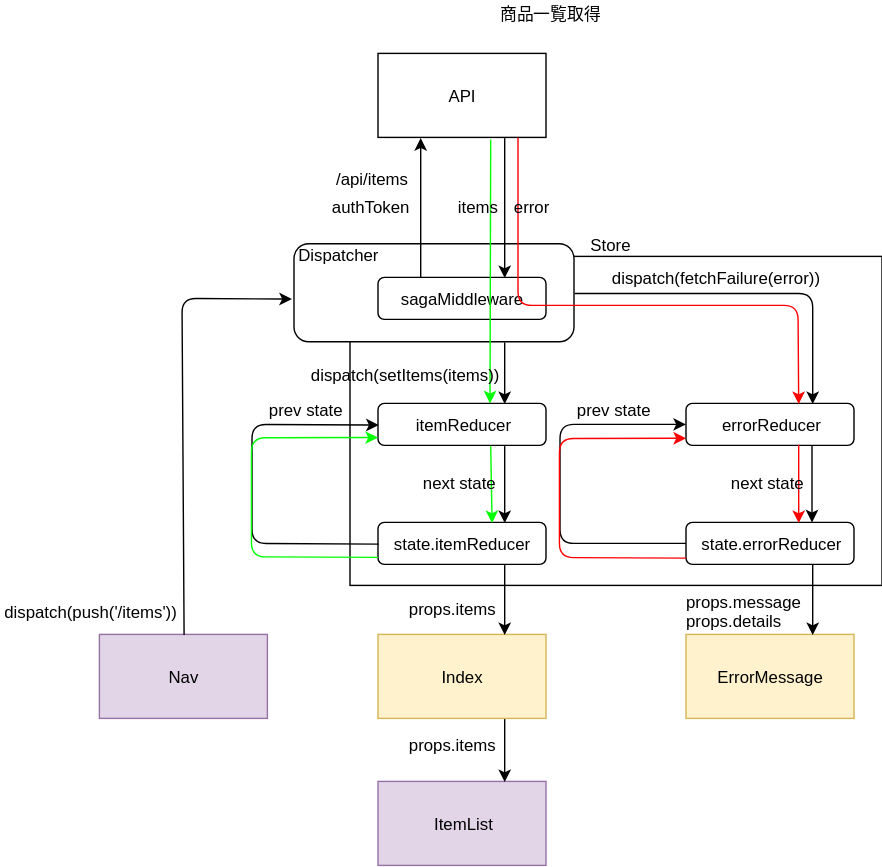
emgniddikur/react-app keeps this draw.io diagram as diagram/dataFlow/index.svg. Above is the earlier version. Source tidied: cells renumbered, new cells last; positions are measured from the earlier drawing's top-left corner, leaving out a move shared by most shapes.
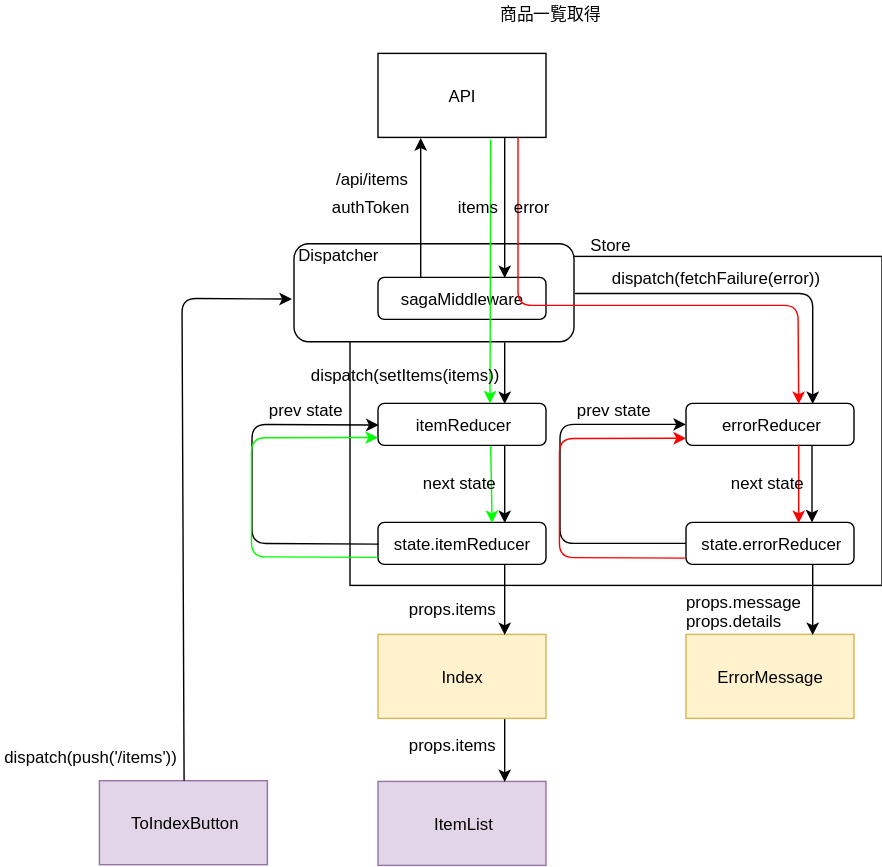
Later version of the same file.

The edit, as a diff of the source:
```diff
@@ -92,8 +92,8 @@
     <mxCell id="24" value="ItemList" style="rounded=0;whiteSpace=wrap;html=1;fillColor=#e1d5e7;strokeColor=#9673a6;" parent="1" vertex="1">
       <mxGeometry x="269.5" y="557.5" width="120" height="60" as="geometry" />
     </mxCell>
-    <mxCell id="25" value="Nav" style="rounded=0;whiteSpace=wrap;html=1;fillColor=#e1d5e7;strokeColor=#9673a6;" parent="1" vertex="1">
-      <mxGeometry x="70.5" y="452.5" width="120" height="60" as="geometry" />
+    <mxCell id="25" value="ToIndexButton" style="rounded=0;whiteSpace=wrap;html=1;fillColor=#e1d5e7;strokeColor=#9673a6;" parent="1" vertex="1">
+      <mxGeometry x="70.5" y="557" width="120" height="60" as="geometry" />
     </mxCell>
     <mxCell id="26" value="ErrorMessage" style="rounded=0;whiteSpace=wrap;html=1;fillColor=#fff2cc;strokeColor=#d6b656;" parent="1" vertex="1">
       <mxGeometry x="489.5" y="452.5" width="120" height="60" as="geometry" />
@@ -122,7 +122,7 @@
       </mxGeometry>
     </mxCell>
     <mxCell id="33" value="dispatch(push('/items'))" style="text;html=1;align=left;verticalAlign=top;spacingTop=-4;" parent="1" vertex="1">
-      <mxGeometry x="0.5" y="426.5" width="140" height="20" as="geometry" />
+      <mxGeometry x="0.5" y="531" width="140" height="20" as="geometry" />
     </mxCell>
     <mxCell id="34" style="endArrow=classic;html=1;strokeColor=#FF0000;entryX=0.667;entryY=0.013;entryDx=0;entryDy=0;entryPerimeter=0;" parent="1" edge="1" target="12">
       <mxGeometry relative="1" as="geometry">
```
